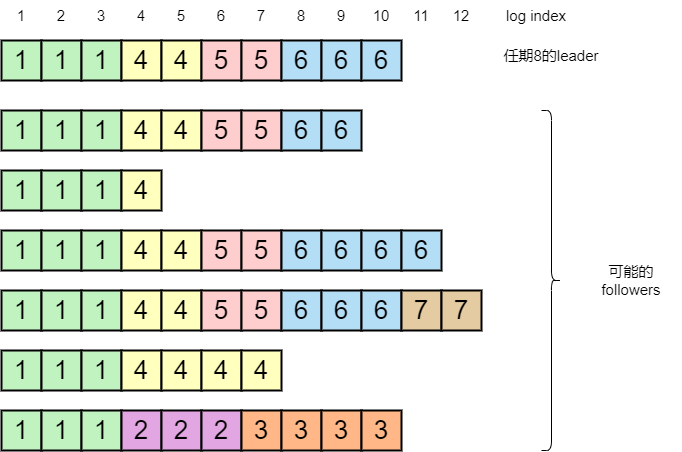
The draw.io diagram blog/lesson/6.824/raft-log-not-consistent-case.png in zgjsxx/static-img-repo, before a commit. Source tidied: cells renumbered, new cells last; positions are measured from the earlier drawing's top-left corner, leaving out a move shared by most shapes. The source it was exported from:
```xml
<mxGraphModel background="#ffffff">
  <root>
    <mxCell id="0" />
    <mxCell id="1" parent="0" />
    <mxCell id="2" value="1" style="rounded=0;whiteSpace=wrap;html=1;fillColor=#C1F3C1;strokeWidth=2;fontSize=26;" parent="1" vertex="1">
      <mxGeometry y="40" width="40" height="40" as="geometry" />
    </mxCell>
    <mxCell id="3" value="1" style="rounded=0;whiteSpace=wrap;html=1;fillColor=#C1F3C1;strokeWidth=2;fontSize=26;" parent="1" vertex="1">
      <mxGeometry x="40" y="40" width="40" height="40" as="geometry" />
    </mxCell>
    <mxCell id="4" value="1" style="rounded=0;whiteSpace=wrap;html=1;fillColor=#C1F3C1;strokeWidth=2;fontSize=26;" parent="1" vertex="1">
      <mxGeometry x="80" y="40" width="40" height="40" as="geometry" />
    </mxCell>
    <mxCell id="5" value="1" style="rounded=0;whiteSpace=wrap;html=1;fillColor=#C1F3C1;strokeWidth=2;fontSize=26;" parent="1" vertex="1">
      <mxGeometry y="110" width="40" height="40" as="geometry" />
    </mxCell>
    <mxCell id="6" value="1" style="rounded=0;whiteSpace=wrap;html=1;fillColor=#C1F3C1;strokeWidth=2;fontSize=26;" parent="1" vertex="1">
      <mxGeometry y="170" width="40" height="40" as="geometry" />
    </mxCell>
    <mxCell id="7" value="1" style="rounded=0;whiteSpace=wrap;html=1;fillColor=#C1F3C1;strokeWidth=2;fontSize=26;" parent="1" vertex="1">
      <mxGeometry x="40" y="170" width="40" height="40" as="geometry" />
    </mxCell>
    <mxCell id="8" value="1" style="rounded=0;whiteSpace=wrap;html=1;fillColor=#C1F3C1;strokeWidth=2;fontSize=26;" parent="1" vertex="1">
      <mxGeometry x="80" y="170" width="40" height="40" as="geometry" />
    </mxCell>
    <mxCell id="9" value="1" style="rounded=0;whiteSpace=wrap;html=1;fillColor=#C1F3C1;strokeWidth=2;fontSize=26;" parent="1" vertex="1">
      <mxGeometry x="40" y="110" width="40" height="40" as="geometry" />
    </mxCell>
    <mxCell id="10" value="1" style="rounded=0;whiteSpace=wrap;html=1;fillColor=#C1F3C1;strokeWidth=2;fontSize=26;" parent="1" vertex="1">
      <mxGeometry x="80" y="110" width="40" height="40" as="geometry" />
    </mxCell>
    <mxCell id="11" value="1" style="rounded=0;whiteSpace=wrap;html=1;fillColor=#C1F3C1;strokeWidth=2;fontSize=26;" parent="1" vertex="1">
      <mxGeometry y="230" width="40" height="40" as="geometry" />
    </mxCell>
    <mxCell id="12" value="1" style="rounded=0;whiteSpace=wrap;html=1;fillColor=#C1F3C1;strokeWidth=2;fontSize=26;" parent="1" vertex="1">
      <mxGeometry x="40" y="230" width="40" height="40" as="geometry" />
    </mxCell>
    <mxCell id="13" value="1" style="rounded=0;whiteSpace=wrap;html=1;fillColor=#C1F3C1;strokeWidth=2;fontSize=26;" parent="1" vertex="1">
      <mxGeometry x="80" y="230" width="40" height="40" as="geometry" />
    </mxCell>
    <mxCell id="14" value="1" style="rounded=0;whiteSpace=wrap;html=1;fillColor=#C1F3C1;strokeWidth=2;fontSize=26;" parent="1" vertex="1">
      <mxGeometry y="290" width="40" height="40" as="geometry" />
    </mxCell>
    <mxCell id="15" value="1" style="rounded=0;whiteSpace=wrap;html=1;fillColor=#C1F3C1;strokeWidth=2;fontSize=26;" parent="1" vertex="1">
      <mxGeometry y="350" width="40" height="40" as="geometry" />
    </mxCell>
    <mxCell id="16" value="1" style="rounded=0;whiteSpace=wrap;html=1;fillColor=#C1F3C1;strokeWidth=2;fontSize=26;" parent="1" vertex="1">
      <mxGeometry x="40" y="350" width="40" height="40" as="geometry" />
    </mxCell>
    <mxCell id="17" value="1" style="rounded=0;whiteSpace=wrap;html=1;fillColor=#C1F3C1;strokeWidth=2;fontSize=26;" parent="1" vertex="1">
      <mxGeometry x="80" y="350" width="40" height="40" as="geometry" />
    </mxCell>
    <mxCell id="18" value="1" style="rounded=0;whiteSpace=wrap;html=1;fillColor=#C1F3C1;strokeWidth=2;fontSize=26;" parent="1" vertex="1">
      <mxGeometry x="40" y="290" width="40" height="40" as="geometry" />
    </mxCell>
    <mxCell id="19" value="1" style="rounded=0;whiteSpace=wrap;html=1;fillColor=#C1F3C1;strokeWidth=2;fontSize=26;" parent="1" vertex="1">
      <mxGeometry x="80" y="290" width="40" height="40" as="geometry" />
    </mxCell>
    <mxCell id="20" value="1" style="rounded=0;whiteSpace=wrap;html=1;fillColor=#C1F3C1;strokeWidth=2;fontSize=26;" parent="1" vertex="1">
      <mxGeometry y="410" width="40" height="40" as="geometry" />
    </mxCell>
    <mxCell id="21" value="1" style="rounded=0;whiteSpace=wrap;html=1;fillColor=#C1F3C1;strokeWidth=2;fontSize=26;" parent="1" vertex="1">
      <mxGeometry x="40" y="410" width="40" height="40" as="geometry" />
    </mxCell>
    <mxCell id="22" value="1" style="rounded=0;whiteSpace=wrap;html=1;fillColor=#C1F3C1;strokeWidth=2;fontSize=26;" parent="1" vertex="1">
      <mxGeometry x="80" y="410" width="40" height="40" as="geometry" />
    </mxCell>
    <mxCell id="23" value="2" style="rounded=0;whiteSpace=wrap;html=1;fillColor=#E2A7E2;strokeWidth=2;fontSize=26;" parent="1" vertex="1">
      <mxGeometry x="120" y="410" width="40" height="40" as="geometry" />
    </mxCell>
    <mxCell id="24" value="2" style="rounded=0;whiteSpace=wrap;html=1;fillColor=#E2A7E2;strokeWidth=2;fontSize=26;" parent="1" vertex="1">
      <mxGeometry x="160" y="410" width="40" height="40" as="geometry" />
    </mxCell>
    <mxCell id="25" value="2" style="rounded=0;whiteSpace=wrap;html=1;fillColor=#E2A7E2;strokeWidth=2;fontSize=26;" parent="1" vertex="1">
      <mxGeometry x="200" y="410" width="40" height="40" as="geometry" />
    </mxCell>
    <mxCell id="26" value="3" style="rounded=0;whiteSpace=wrap;html=1;fillColor=#FFB787;strokeWidth=2;fontSize=26;" parent="1" vertex="1">
      <mxGeometry x="240" y="410" width="40" height="40" as="geometry" />
    </mxCell>
    <mxCell id="27" value="3" style="rounded=0;whiteSpace=wrap;html=1;fillColor=#FFB787;strokeWidth=2;fontSize=26;" parent="1" vertex="1">
      <mxGeometry x="280" y="410" width="40" height="40" as="geometry" />
    </mxCell>
    <mxCell id="28" value="3" style="rounded=0;whiteSpace=wrap;html=1;fillColor=#FFB787;strokeWidth=2;fontSize=26;" parent="1" vertex="1">
      <mxGeometry x="320" y="410" width="40" height="40" as="geometry" />
    </mxCell>
    <mxCell id="29" value="3" style="rounded=0;whiteSpace=wrap;html=1;fillColor=#FFB787;strokeWidth=2;fontSize=26;" parent="1" vertex="1">
      <mxGeometry x="360" y="410" width="40" height="40" as="geometry" />
    </mxCell>
    <mxCell id="30" value="4" style="rounded=0;whiteSpace=wrap;html=1;fillColor=#FFFFBE;strokeWidth=2;fontSize=26;" parent="1" vertex="1">
      <mxGeometry x="120" y="350" width="40" height="40" as="geometry" />
    </mxCell>
    <mxCell id="31" value="4" style="rounded=0;whiteSpace=wrap;html=1;fillColor=#FFFFBE;strokeWidth=2;fontSize=26;" parent="1" vertex="1">
      <mxGeometry x="160" y="350" width="40" height="40" as="geometry" />
    </mxCell>
    <mxCell id="32" value="4" style="rounded=0;whiteSpace=wrap;html=1;fillColor=#FFFFBE;strokeWidth=2;fontSize=26;" parent="1" vertex="1">
      <mxGeometry x="200" y="350" width="40" height="40" as="geometry" />
    </mxCell>
    <mxCell id="33" value="4" style="rounded=0;whiteSpace=wrap;html=1;fillColor=#FFFFBE;strokeWidth=2;fontSize=26;" parent="1" vertex="1">
      <mxGeometry x="240" y="350" width="40" height="40" as="geometry" />
    </mxCell>
    <mxCell id="34" value="4" style="rounded=0;whiteSpace=wrap;html=1;fillColor=#FFFFBE;strokeWidth=2;fontSize=26;" parent="1" vertex="1">
      <mxGeometry x="120" y="290" width="40" height="40" as="geometry" />
    </mxCell>
    <mxCell id="35" value="4" style="rounded=0;whiteSpace=wrap;html=1;fillColor=#FFFFBE;strokeWidth=2;fontSize=26;" parent="1" vertex="1">
      <mxGeometry x="160" y="290" width="40" height="40" as="geometry" />
    </mxCell>
    <mxCell id="36" value="4" style="rounded=0;whiteSpace=wrap;html=1;fillColor=#FFFFBE;strokeWidth=2;fontSize=26;" parent="1" vertex="1">
      <mxGeometry x="120" y="230" width="40" height="40" as="geometry" />
    </mxCell>
    <mxCell id="37" value="4" style="rounded=0;whiteSpace=wrap;html=1;fillColor=#FFFFBE;strokeWidth=2;fontSize=26;" parent="1" vertex="1">
      <mxGeometry x="160" y="230" width="40" height="40" as="geometry" />
    </mxCell>
    <mxCell id="38" value="4" style="rounded=0;whiteSpace=wrap;html=1;fillColor=#FFFFBE;strokeWidth=2;fontSize=26;" parent="1" vertex="1">
      <mxGeometry x="120" y="170" width="40" height="40" as="geometry" />
    </mxCell>
    <mxCell id="39" value="4" style="rounded=0;whiteSpace=wrap;html=1;fillColor=#FFFFBE;strokeWidth=2;fontSize=26;" parent="1" vertex="1">
      <mxGeometry x="120" y="110" width="40" height="40" as="geometry" />
    </mxCell>
    <mxCell id="40" value="4" style="rounded=0;whiteSpace=wrap;html=1;fillColor=#FFFFBE;strokeWidth=2;fontSize=26;" parent="1" vertex="1">
      <mxGeometry x="160" y="110" width="40" height="40" as="geometry" />
    </mxCell>
    <mxCell id="41" value="4" style="rounded=0;whiteSpace=wrap;html=1;fillColor=#FFFFBE;strokeWidth=2;fontSize=26;" parent="1" vertex="1">
      <mxGeometry x="120" y="40" width="40" height="40" as="geometry" />
    </mxCell>
    <mxCell id="42" value="4" style="rounded=0;whiteSpace=wrap;html=1;fillColor=#FFFFBE;strokeWidth=2;fontSize=26;" parent="1" vertex="1">
      <mxGeometry x="160" y="40" width="40" height="40" as="geometry" />
    </mxCell>
    <mxCell id="43" value="5" style="rounded=0;whiteSpace=wrap;html=1;fillColor=#FECECE;strokeWidth=2;fontSize=26;" parent="1" vertex="1">
      <mxGeometry x="200" y="290" width="40" height="40" as="geometry" />
    </mxCell>
    <mxCell id="44" value="5" style="rounded=0;whiteSpace=wrap;html=1;fillColor=#FECECE;strokeWidth=2;fontSize=26;" parent="1" vertex="1">
      <mxGeometry x="240" y="290" width="40" height="40" as="geometry" />
    </mxCell>
    <mxCell id="45" value="5" style="rounded=0;whiteSpace=wrap;html=1;fillColor=#FECECE;strokeWidth=2;fontSize=26;" parent="1" vertex="1">
      <mxGeometry x="200" y="230" width="40" height="40" as="geometry" />
    </mxCell>
    <mxCell id="46" value="5" style="rounded=0;whiteSpace=wrap;html=1;fillColor=#FECECE;strokeWidth=2;fontSize=26;" parent="1" vertex="1">
      <mxGeometry x="240" y="230" width="40" height="40" as="geometry" />
    </mxCell>
    <mxCell id="47" value="5" style="rounded=0;whiteSpace=wrap;html=1;fillColor=#FECECE;strokeWidth=2;fontSize=26;" parent="1" vertex="1">
      <mxGeometry x="200" y="110" width="40" height="40" as="geometry" />
    </mxCell>
    <mxCell id="48" value="5" style="rounded=0;whiteSpace=wrap;html=1;fillColor=#FECECE;strokeWidth=2;fontSize=26;" parent="1" vertex="1">
      <mxGeometry x="240" y="110" width="40" height="40" as="geometry" />
    </mxCell>
    <mxCell id="49" value="5" style="rounded=0;whiteSpace=wrap;html=1;fillColor=#FECECE;strokeWidth=2;fontSize=26;" parent="1" vertex="1">
      <mxGeometry x="200" y="40" width="40" height="40" as="geometry" />
    </mxCell>
    <mxCell id="50" value="5" style="rounded=0;whiteSpace=wrap;html=1;fillColor=#FECECE;strokeWidth=2;fontSize=26;" parent="1" vertex="1">
      <mxGeometry x="240" y="40" width="40" height="40" as="geometry" />
    </mxCell>
    <mxCell id="51" value="6" style="rounded=0;whiteSpace=wrap;html=1;fillColor=#B4DEF5;strokeWidth=2;fontSize=26;" parent="1" vertex="1">
      <mxGeometry x="280" y="290" width="40" height="40" as="geometry" />
    </mxCell>
    <mxCell id="52" value="6" style="rounded=0;whiteSpace=wrap;html=1;fillColor=#B4DEF5;strokeWidth=2;fontSize=26;" parent="1" vertex="1">
      <mxGeometry x="320" y="290" width="40" height="40" as="geometry" />
    </mxCell>
    <mxCell id="53" value="6" style="rounded=0;whiteSpace=wrap;html=1;fillColor=#B4DEF5;strokeWidth=2;fontSize=26;" parent="1" vertex="1">
      <mxGeometry x="360" y="290" width="40" height="40" as="geometry" />
    </mxCell>
    <mxCell id="54" value="6" style="rounded=0;whiteSpace=wrap;html=1;fillColor=#B4DEF5;strokeWidth=2;fontSize=26;" parent="1" vertex="1">
      <mxGeometry x="280" y="230" width="40" height="40" as="geometry" />
    </mxCell>
    <mxCell id="55" value="6" style="rounded=0;whiteSpace=wrap;html=1;fillColor=#B4DEF5;strokeWidth=2;fontSize=26;" parent="1" vertex="1">
      <mxGeometry x="320" y="230" width="40" height="40" as="geometry" />
    </mxCell>
    <mxCell id="56" value="6" style="rounded=0;whiteSpace=wrap;html=1;fillColor=#B4DEF5;strokeWidth=2;fontSize=26;" parent="1" vertex="1">
      <mxGeometry x="360" y="230" width="40" height="40" as="geometry" />
    </mxCell>
    <mxCell id="57" value="6" style="rounded=0;whiteSpace=wrap;html=1;fillColor=#B4DEF5;strokeWidth=2;fontSize=26;" parent="1" vertex="1">
      <mxGeometry x="400" y="230" width="40" height="40" as="geometry" />
    </mxCell>
    <mxCell id="58" value="6" style="rounded=0;whiteSpace=wrap;html=1;fillColor=#B4DEF5;strokeWidth=2;fontSize=26;" parent="1" vertex="1">
      <mxGeometry x="280" y="110" width="40" height="40" as="geometry" />
    </mxCell>
    <mxCell id="59" value="6" style="rounded=0;whiteSpace=wrap;html=1;fillColor=#B4DEF5;strokeWidth=2;fontSize=26;" parent="1" vertex="1">
      <mxGeometry x="320" y="110" width="40" height="40" as="geometry" />
    </mxCell>
    <mxCell id="60" value="6" style="rounded=0;whiteSpace=wrap;html=1;fillColor=#B4DEF5;strokeWidth=2;fontSize=26;" parent="1" vertex="1">
      <mxGeometry x="280" y="40" width="40" height="40" as="geometry" />
    </mxCell>
    <mxCell id="61" value="6" style="rounded=0;whiteSpace=wrap;html=1;fillColor=#B4DEF5;strokeWidth=2;fontSize=26;" parent="1" vertex="1">
      <mxGeometry x="320" y="40" width="40" height="40" as="geometry" />
    </mxCell>
    <mxCell id="62" value="6" style="rounded=0;whiteSpace=wrap;html=1;fillColor=#B4DEF5;strokeWidth=2;fontSize=26;" parent="1" vertex="1">
      <mxGeometry x="360" y="40" width="40" height="40" as="geometry" />
    </mxCell>
    <mxCell id="63" value="7" style="rounded=0;whiteSpace=wrap;html=1;fillColor=#E5CBA2;strokeWidth=2;fontSize=26;" parent="1" vertex="1">
      <mxGeometry x="400" y="290" width="40" height="40" as="geometry" />
    </mxCell>
    <mxCell id="64" value="7" style="rounded=0;whiteSpace=wrap;html=1;fillColor=#E5CBA2;strokeWidth=2;fontSize=26;" parent="1" vertex="1">
      <mxGeometry x="440" y="290" width="40" height="40" as="geometry" />
    </mxCell>
    <mxCell id="65" value="&lt;font style=&quot;font-size: 15px;&quot;&gt;1&lt;/font&gt;" style="text;strokeColor=none;align=center;fillColor=none;html=1;verticalAlign=middle;whiteSpace=wrap;rounded=0;" parent="1" vertex="1">
      <mxGeometry width="40" height="30" as="geometry" />
    </mxCell>
    <mxCell id="66" value="&lt;font style=&quot;font-size: 15px;&quot;&gt;2&lt;/font&gt;" style="text;strokeColor=none;align=center;fillColor=none;html=1;verticalAlign=middle;whiteSpace=wrap;rounded=0;" parent="1" vertex="1">
      <mxGeometry x="40" width="40" height="30" as="geometry" />
    </mxCell>
    <mxCell id="67" value="&lt;font style=&quot;font-size: 15px;&quot;&gt;3&lt;/font&gt;" style="text;strokeColor=none;align=center;fillColor=none;html=1;verticalAlign=middle;whiteSpace=wrap;rounded=0;" parent="1" vertex="1">
      <mxGeometry x="80" width="40" height="30" as="geometry" />
    </mxCell>
    <mxCell id="68" value="&lt;font style=&quot;font-size: 15px;&quot;&gt;4&lt;/font&gt;" style="text;strokeColor=none;align=center;fillColor=none;html=1;verticalAlign=middle;whiteSpace=wrap;rounded=0;" parent="1" vertex="1">
      <mxGeometry x="120" width="40" height="30" as="geometry" />
    </mxCell>
    <mxCell id="69" value="&lt;font style=&quot;font-size: 15px;&quot;&gt;5&lt;/font&gt;" style="text;strokeColor=none;align=center;fillColor=none;html=1;verticalAlign=middle;whiteSpace=wrap;rounded=0;" parent="1" vertex="1">
      <mxGeometry x="160" width="40" height="30" as="geometry" />
    </mxCell>
    <mxCell id="70" value="&lt;font style=&quot;font-size: 15px;&quot;&gt;6&lt;/font&gt;" style="text;strokeColor=none;align=center;fillColor=none;html=1;verticalAlign=middle;whiteSpace=wrap;rounded=0;" parent="1" vertex="1">
      <mxGeometry x="200" width="40" height="30" as="geometry" />
    </mxCell>
    <mxCell id="71" value="&lt;font style=&quot;font-size: 15px;&quot;&gt;7&lt;/font&gt;" style="text;strokeColor=none;align=center;fillColor=none;html=1;verticalAlign=middle;whiteSpace=wrap;rounded=0;" parent="1" vertex="1">
      <mxGeometry x="240" width="40" height="30" as="geometry" />
    </mxCell>
    <mxCell id="72" value="&lt;font style=&quot;font-size: 15px;&quot;&gt;8&lt;/font&gt;" style="text;strokeColor=none;align=center;fillColor=none;html=1;verticalAlign=middle;whiteSpace=wrap;rounded=0;" parent="1" vertex="1">
      <mxGeometry x="280" width="40" height="30" as="geometry" />
    </mxCell>
    <mxCell id="73" value="&lt;font style=&quot;font-size: 15px;&quot;&gt;9&lt;/font&gt;" style="text;strokeColor=none;align=center;fillColor=none;html=1;verticalAlign=middle;whiteSpace=wrap;rounded=0;" parent="1" vertex="1">
      <mxGeometry x="320" width="40" height="30" as="geometry" />
    </mxCell>
    <mxCell id="74" value="&lt;font style=&quot;font-size: 15px;&quot;&gt;10&lt;/font&gt;" style="text;strokeColor=none;align=center;fillColor=none;html=1;verticalAlign=middle;whiteSpace=wrap;rounded=0;" parent="1" vertex="1">
      <mxGeometry x="360" width="40" height="30" as="geometry" />
    </mxCell>
    <mxCell id="75" value="&lt;font style=&quot;font-size: 15px;&quot;&gt;11&lt;/font&gt;" style="text;strokeColor=none;align=center;fillColor=none;html=1;verticalAlign=middle;whiteSpace=wrap;rounded=0;" parent="1" vertex="1">
      <mxGeometry x="400" width="40" height="30" as="geometry" />
    </mxCell>
    <mxCell id="76" value="&lt;font style=&quot;font-size: 15px;&quot;&gt;12&lt;/font&gt;" style="text;strokeColor=none;align=center;fillColor=none;html=1;verticalAlign=middle;whiteSpace=wrap;rounded=0;" parent="1" vertex="1">
      <mxGeometry x="440" width="40" height="30" as="geometry" />
    </mxCell>
    <mxCell id="77" value="&lt;font style=&quot;font-size: 15px;&quot;&gt;log index&lt;/font&gt;" style="text;strokeColor=none;align=center;fillColor=none;html=1;verticalAlign=middle;whiteSpace=wrap;rounded=0;" parent="1" vertex="1">
      <mxGeometry x="500" width="70" height="30" as="geometry" />
    </mxCell>
    <mxCell id="78" value="&lt;font style=&quot;font-size: 15px;&quot;&gt;任期8的leader&lt;/font&gt;" style="text;strokeColor=none;align=center;fillColor=none;html=1;verticalAlign=middle;whiteSpace=wrap;rounded=0;" parent="1" vertex="1">
      <mxGeometry x="500" y="40" width="100" height="30" as="geometry" />
    </mxCell>
    <mxCell id="79" style="shape=curlyBracket;whiteSpace=wrap;html=1;rounded=1;flipH=1;labelPosition=right;verticalLabelPosition=middle;align=left;verticalAlign=middle;" parent="1" vertex="1">
      <mxGeometry x="540" y="110" width="20" height="340" as="geometry" />
    </mxCell>
    <mxCell id="80" value="&lt;font style=&quot;font-size: 15px;&quot;&gt;可能的followers&lt;/font&gt;" style="text;strokeColor=none;align=center;fillColor=none;html=1;verticalAlign=middle;whiteSpace=wrap;rounded=0;" parent="1" vertex="1">
      <mxGeometry x="580" y="265" width="100" height="30" as="geometry" />
    </mxCell>
  </root>
</mxGraphModel>
```
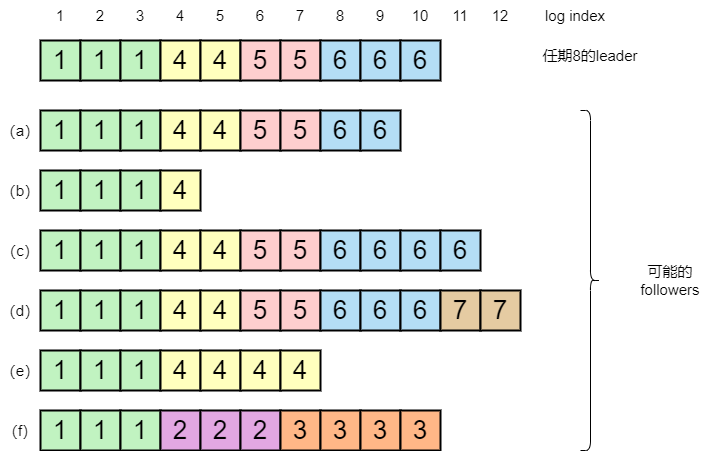
After the commit.

Diff of the diagram source:
```diff
@@ -239,5 +239,23 @@
     <mxCell id="80" value="&lt;font style=&quot;font-size: 15px;&quot;&gt;可能的followers&lt;/font&gt;" style="text;strokeColor=none;align=center;fillColor=none;html=1;verticalAlign=middle;whiteSpace=wrap;rounded=0;" parent="1" vertex="1">
       <mxGeometry x="580" y="265" width="100" height="30" as="geometry" />
     </mxCell>
+    <mxCell id="81" value="&lt;font style=&quot;font-size: 15px;&quot;&gt;（b）&lt;/font&gt;" style="text;strokeColor=none;align=center;fillColor=none;html=1;verticalAlign=middle;whiteSpace=wrap;rounded=0;" parent="1" vertex="1">
+      <mxGeometry x="-40" y="170" width="40" height="40" as="geometry" />
+    </mxCell>
+    <mxCell id="82" value="&lt;font style=&quot;font-size: 15px;&quot;&gt;（a）&lt;/font&gt;" style="text;strokeColor=none;align=center;fillColor=none;html=1;verticalAlign=middle;whiteSpace=wrap;rounded=0;" parent="1" vertex="1">
+      <mxGeometry x="-40" y="110" width="40" height="40" as="geometry" />
+    </mxCell>
+    <mxCell id="83" value="&lt;font style=&quot;font-size: 15px;&quot;&gt;（c）&lt;/font&gt;" style="text;strokeColor=none;align=center;fillColor=none;html=1;verticalAlign=middle;whiteSpace=wrap;rounded=0;" parent="1" vertex="1">
+      <mxGeometry x="-40" y="230" width="40" height="40" as="geometry" />
+    </mxCell>
+    <mxCell id="84" value="&lt;font style=&quot;font-size: 15px;&quot;&gt;（d）&lt;/font&gt;" style="text;strokeColor=none;align=center;fillColor=none;html=1;verticalAlign=middle;whiteSpace=wrap;rounded=0;" parent="1" vertex="1">
+      <mxGeometry x="-40" y="290" width="40" height="40" as="geometry" />
+    </mxCell>
+    <mxCell id="85" value="&lt;font style=&quot;font-size: 15px;&quot;&gt;（e）&lt;/font&gt;" style="text;strokeColor=none;align=center;fillColor=none;html=1;verticalAlign=middle;whiteSpace=wrap;rounded=0;" parent="1" vertex="1">
+      <mxGeometry x="-40" y="350" width="40" height="40" as="geometry" />
+    </mxCell>
+    <mxCell id="86" value="&lt;font style=&quot;font-size: 15px;&quot;&gt;（f）&lt;/font&gt;" style="text;strokeColor=none;align=center;fillColor=none;html=1;verticalAlign=middle;whiteSpace=wrap;rounded=0;" parent="1" vertex="1">
+      <mxGeometry x="-40" y="410" width="40" height="40" as="geometry" />
+    </mxCell>
   </root>
 </mxGraphModel>
```
